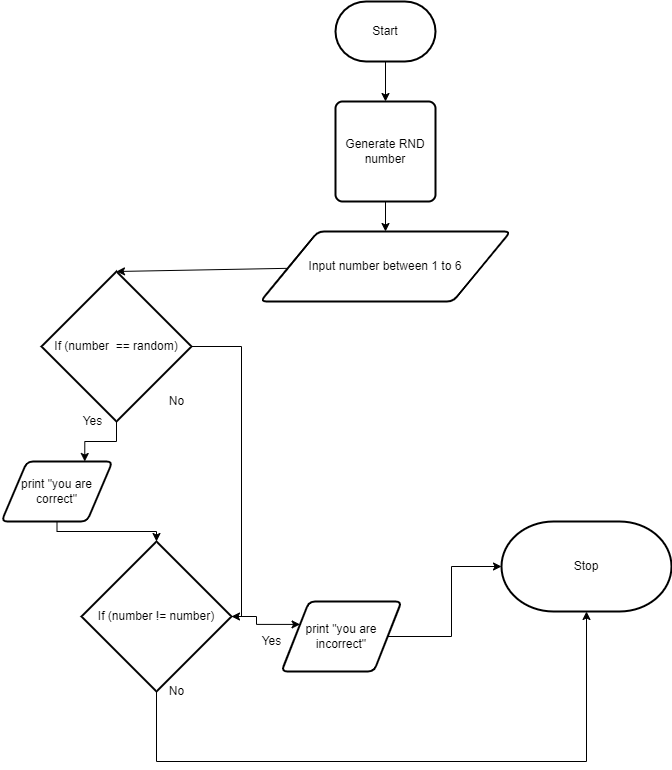
Before: design/flowchart.png, a diagram exported from draw.io (marshall-demars/ICS2O-Unit5-01-HTML). Source tidied: cells renumbered, new cells last; positions are measured from the earlier drawing's top-left corner, leaving out a move shared by most shapes.
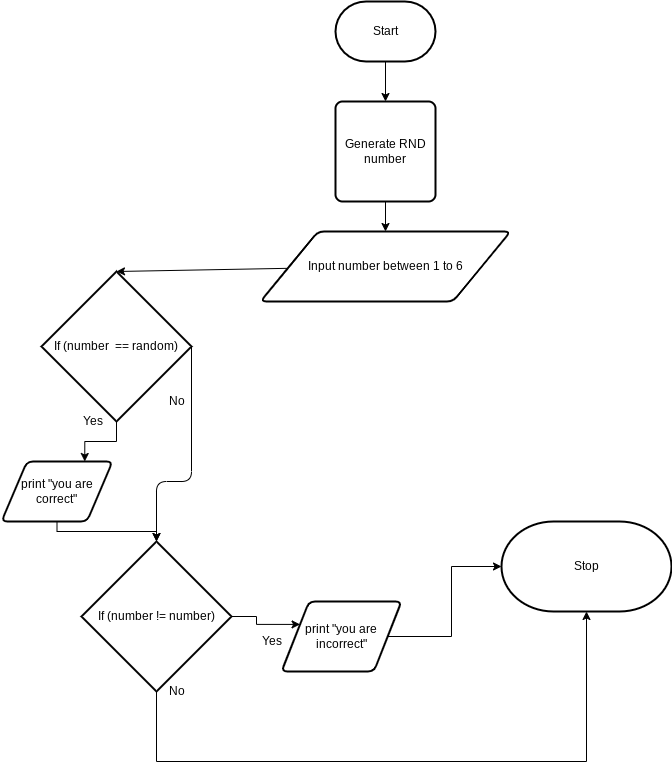
The same diagram one commit later.

The edit, as a diff of the source:
```diff
@@ -11,11 +11,11 @@
     <mxCell id="4" style="edgeStyle=orthogonalEdgeStyle;html=1;entryX=0.75;entryY=0;entryDx=0;entryDy=0;rounded=0;" parent="1" edge="1" source="6" target="8">
       <mxGeometry relative="1" as="geometry" />
     </mxCell>
-    <mxCell id="5" style="edgeStyle=orthogonalEdgeStyle;shape=connector;rounded=0;html=1;labelBackgroundColor=default;fontFamily=Helvetica;fontSize=11;fontColor=default;endArrow=classic;strokeColor=default;entryX=1;entryY=0.5;entryDx=0;entryDy=0;entryPerimeter=0;" parent="1" edge="1" source="6" target="20">
+    <mxCell id="5" style="edgeStyle=orthogonalEdgeStyle;html=1;entryX=0.5;entryY=0;entryDx=0;entryDy=0;entryPerimeter=0;exitX=1;exitY=0.5;exitDx=0;exitDy=0;exitPerimeter=0;" parent="1" edge="1" source="6" target="20">
       <mxGeometry relative="1" as="geometry">
         <Array as="points">
-          <mxPoint x="240" y="345" />
-          <mxPoint x="240" y="615" />
+          <mxPoint x="190" y="480" />
+          <mxPoint x="155" y="480" />
         </Array>
       </mxGeometry>
     </mxCell>
```
